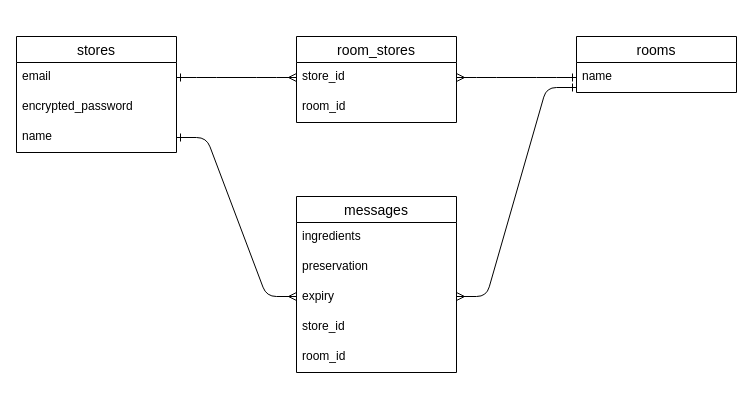
Git-junior/hokasuna keeps this draw.io diagram as er.dio. Above is the earlier version. Source tidied: cells renumbered, new cells numbered last; positions are measured from the earlier drawing's top-left corner, leaving out a move shared by most shapes. Both pictures are drawn from the tidied source at 100%, with x=0, y=0 at pixel (16, 36).
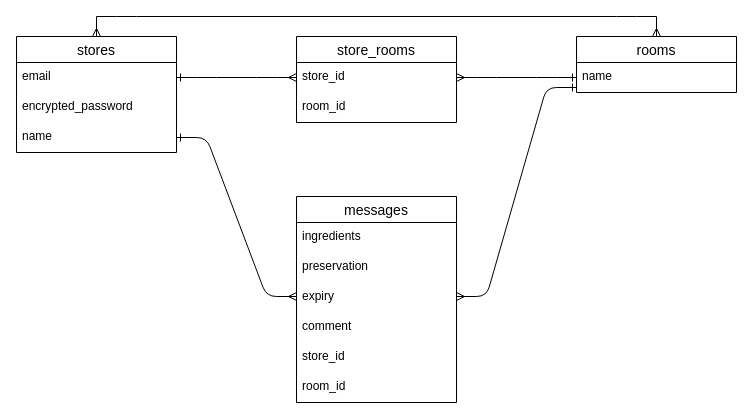
Above is the later version.

Unchanged cells that the change refers to:
```xml
<mxCell id="2" value="stores" style="swimlane;fontStyle=0;horizontal=1;startSize=26;align=center;fontSize=14;" parent="1" vertex="1">
  <mxGeometry width="160" height="116" as="geometry" />
</mxCell>
<mxCell id="6" value="rooms" style="swimlane;fontStyle=0;horizontal=1;startSize=26;align=center;fontSize=14;" parent="1" vertex="1">
  <mxGeometry x="560" width="160" height="56" as="geometry" />
</mxCell>
```

What changed in the source:
```diff
@@
+    <mxCell id="21" style="endArrow=none;html=1;rounded=0;endFill=0;startArrow=ERmany;startFill=0;" parent="2" edge="1">
+      <mxGeometry relative="1" as="geometry">
+        <mxPoint x="80" as="sourcePoint" />
+        <mxPoint x="80" y="-20" as="targetPoint" />
+      </mxGeometry>
+    </mxCell>
@@
-    <mxCell id="8" value="room_stores" style="swimlane;fontStyle=0;horizontal=1;startSize=26;align=center;fontSize=14;" parent="1" vertex="1">
+    <mxCell id="8" value="store_rooms" style="swimlane;fontStyle=0;horizontal=1;startSize=26;align=center;fontSize=14;" parent="1" vertex="1">
       <mxGeometry x="280" width="160" height="86" as="geometry" />
     </mxCell>
@@
     <mxCell id="12" value="messages" style="swimlane;fontStyle=0;horizontal=1;startSize=26;align=center;fontSize=14;" parent="1" vertex="1">
-      <mxGeometry x="280" y="160" width="160" height="176" as="geometry" />
+      <mxGeometry x="280" y="160" width="160" height="206" as="geometry" />
     </mxCell>
@@
+    <mxCell id="22" value="comment" style="text;strokeColor=none;fillColor=none;spacingLeft=4;spacingRight=4;overflow=hidden;fontSize=12;" parent="12" vertex="1">
+      <mxGeometry y="116" width="160" height="30" as="geometry" />
+    </mxCell>
     <mxCell id="16" value="store_id" style="text;strokeColor=none;fillColor=none;spacingLeft=4;spacingRight=4;overflow=hidden;fontSize=12;" parent="12" vertex="1">
-      <mxGeometry y="116" width="160" height="30" as="geometry" />
+      <mxGeometry y="146" width="160" height="30" as="geometry" />
     </mxCell>
     <mxCell id="17" value="room_id" style="text;strokeColor=none;fillColor=none;spacingLeft=4;spacingRight=4;overflow=hidden;fontSize=12;" parent="12" vertex="1">
-      <mxGeometry y="146" width="160" height="30" as="geometry" />
+      <mxGeometry y="176" width="160" height="30" as="geometry" />
     </mxCell>
@@
+    <mxCell id="23" style="edgeStyle=entityRelationEdgeStyle;fontSize=12;html=1;endArrow=none;startArrow=none;startFill=0;endFill=0;" parent="1" edge="1">
+      <mxGeometry relative="1" as="geometry">
+        <mxPoint x="80" y="-20" as="sourcePoint" />
+        <mxPoint x="640" y="-20" as="targetPoint" />
+      </mxGeometry>
+    </mxCell>
+    <mxCell id="24" style="endArrow=ERmany;html=1;rounded=0;exitX=0.5;exitY=0;exitDx=0;exitDy=0;endFill=0;entryX=0.5;entryY=0;entryDx=0;entryDy=0;" parent="1" edge="1" target="6">
+      <mxGeometry relative="1" as="geometry">
+        <mxPoint x="640" y="-20" as="sourcePoint" />
+      </mxGeometry>
+    </mxCell>
```
